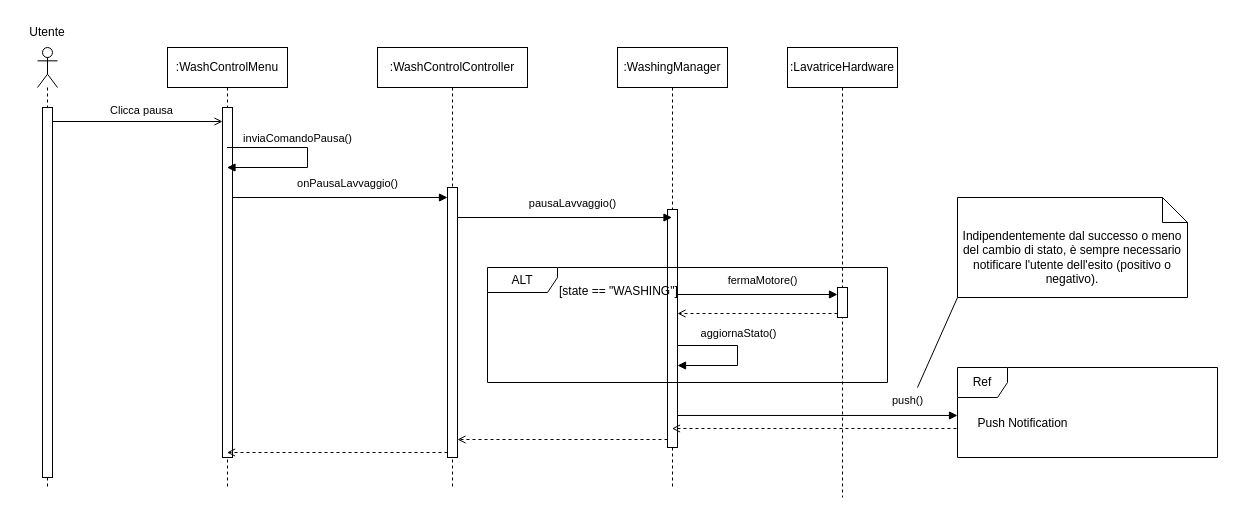
This is content/seq/seqPausaLav.drawio from uni-aca100/ing-proj, a draw.io file, before an edit. Source tidied: cells renumbered, new cells numbered last; positions are measured from the earlier drawing's top-left corner, leaving out a move shared by most shapes. Both pictures are drawn from the tidied source at 100%, with x=0, y=0 at pixel (17, 17).
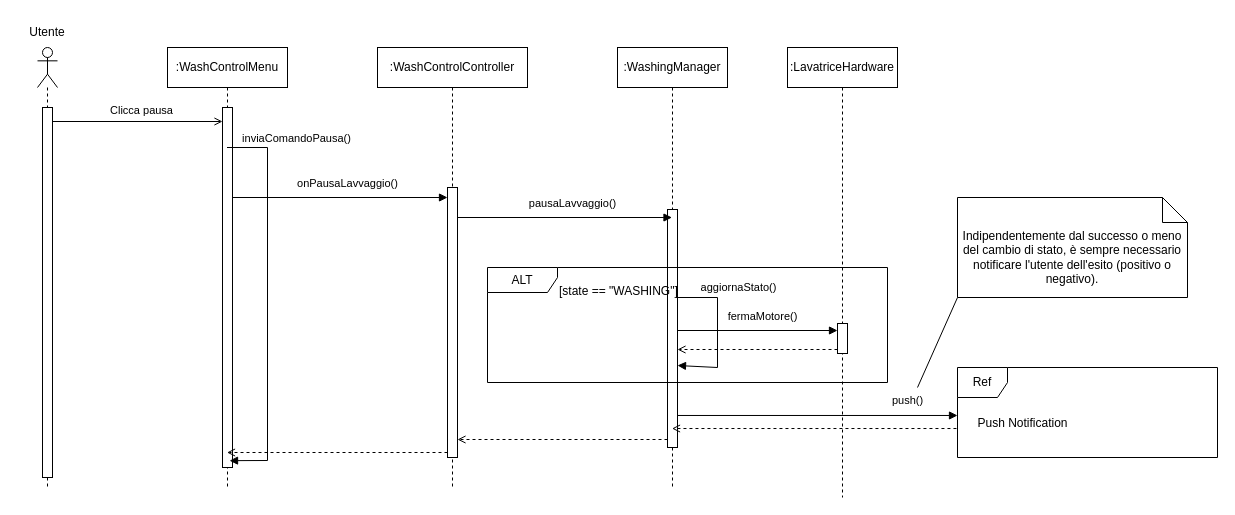
Above is the later version.

Unchanged cells that the change refers to:
```xml
<mxCell id="4" value=":WashingManager" style="shape=umlLifeline;perimeter=lifelinePerimeter;whiteSpace=wrap;html=1;outlineConnect=0;portConstraint=eastwest;newEdgeStyle={&quot;curved&quot;:0,&quot;rounded&quot;:0};" parent="1" vertex="1">
  <mxGeometry x="600" y="30" width="110" height="440" as="geometry" />
</mxCell>
<mxCell id="5" style="html=1;points=[[0,0,0,0,5],[0,1,0,0,-5],[1,0,0,0,5],[1,1,0,0,-5]];perimeter=orthogonalPerimeter;outlineConnect=0;targetShapes=umlLifeline;portConstraint=eastwest;newEdgeStyle={&quot;curved&quot;:0,&quot;rounded&quot;:0};" parent="4" vertex="1">
  <mxGeometry x="50" y="162" width="10" height="238" as="geometry" />
</mxCell>
<mxCell id="8" value=":WashControlMenu" style="shape=umlLifeline;perimeter=lifelinePerimeter;whiteSpace=wrap;html=1;outlineConnect=0;portConstraint=eastwest;newEdgeStyle={&quot;curved&quot;:0,&quot;rounded&quot;:0};" parent="1" vertex="1">
  <mxGeometry x="150" y="30" width="120" height="440" as="geometry" />
</mxCell>
<mxCell id="25" value=":LavatriceHardware" style="shape=umlLifeline;perimeter=lifelinePerimeter;whiteSpace=wrap;html=1;newEdgeStyle={&quot;curved&quot;:0,&quot;rounded&quot;:0};" parent="1" vertex="1">
  <mxGeometry x="770" y="30" width="110" height="450" as="geometry" />
</mxCell>
```

What changed in the source:
```diff
@@
-    <mxCell id="6" style="html=1;verticalAlign=bottom;labelBackgroundColor=none;endArrow=block;endFill=1;rounded=0;" parent="4" edge="1">
+    <mxCell id="6" style="html=1;verticalAlign=bottom;labelBackgroundColor=none;endArrow=block;endFill=1;rounded=0;" parent="4" edge="1" source="5">
       <mxGeometry relative="1" as="geometry">
-        <mxPoint x="60" y="298" as="sourcePoint" />
         <mxPoint x="60" y="318" as="targetPoint" />
         <Array as="points">
-          <mxPoint x="120" y="298" />
-          <mxPoint x="120" y="318" />
+          <mxPoint x="100" y="250" />
+          <mxPoint x="100" y="320" />
         </Array>
       </mxGeometry>
     </mxCell>
     <mxCell id="7" value="aggiornaStato()" style="edgeLabel;html=1;align=center;verticalAlign=middle;" parent="6" vertex="1">
       <mxGeometry x="0.11" relative="1" as="geometry">
-        <mxPoint y="-31" as="offset" />
+        <mxPoint x="20" y="-54" as="offset" />
       </mxGeometry>
     </mxCell>
@@
     <mxCell id="9" style="html=1;perimeter=orthogonalPerimeter;targetShapes=umlLifeline;newEdgeStyle={&quot;curved&quot;:0,&quot;rounded&quot;:0};" parent="8" vertex="1">
-      <mxGeometry x="55" y="60" width="10" height="350" as="geometry" />
+      <mxGeometry x="55" y="60" width="10" height="360" as="geometry" />
     </mxCell>
@@
-    <mxCell id="16" style="html=1;verticalAlign=bottom;labelBackgroundColor=none;endArrow=block;endFill=1;rounded=0;" parent="1" edge="1">
+    <mxCell id="16" style="html=1;verticalAlign=bottom;labelBackgroundColor=none;endArrow=block;endFill=1;rounded=0;entryX=0.517;entryY=0.939;entryDx=0;entryDy=0;entryPerimeter=0;" parent="1" edge="1" target="8">
       <mxGeometry relative="1" as="geometry">
         <mxPoint x="209.5" y="130" as="sourcePoint" />
-        <mxPoint x="209.5" y="150" as="targetPoint" />
         <Array as="points">
-          <mxPoint x="290" y="130" />
-          <mxPoint x="290" y="150" />
+          <mxPoint x="250" y="130" />
+          <mxPoint x="250" y="443" />
         </Array>
       </mxGeometry>
     </mxCell>
     <mxCell id="17" value="inviaComandoPausa()" style="edgeLabel;html=1;align=center;verticalAlign=middle;" parent="16" vertex="1">
       <mxGeometry x="-0.52" y="1" relative="1" as="geometry">
-        <mxPoint x="27" y="-9" as="offset" />
+        <mxPoint x="27" y="-63" as="offset" />
       </mxGeometry>
     </mxCell>
@@
     <mxCell id="26" style="html=1;perimeter=orthogonalPerimeter;targetShapes=umlLifeline;newEdgeStyle={&quot;curved&quot;:0,&quot;rounded&quot;:0};" parent="25" vertex="1">
-      <mxGeometry x="50" y="240" width="10" height="30" as="geometry" />
+      <mxGeometry x="50" y="276" width="10" height="30" as="geometry" />
     </mxCell>
     <mxCell id="27" style="html=1;verticalAlign=bottom;labelBackgroundColor=none;endArrow=block;endFill=1;rounded=0;" parent="1" edge="1">
       <mxGeometry relative="1" as="geometry">
-        <mxPoint x="660" y="277" as="sourcePoint" />
-        <mxPoint x="820" y="277" as="targetPoint" />
+        <mxPoint x="660" y="313" as="sourcePoint" />
+        <mxPoint x="820" y="313" as="targetPoint" />
       </mxGeometry>
     </mxCell>
@@
     <mxCell id="29" style="html=1;verticalAlign=bottom;labelBackgroundColor=none;endArrow=open;endFill=0;dashed=1;rounded=0;" parent="1" edge="1">
       <mxGeometry relative="1" as="geometry">
-        <mxPoint x="820" y="296" as="sourcePoint" />
-        <mxPoint x="660" y="296" as="targetPoint" />
+        <mxPoint x="820" y="332" as="sourcePoint" />
+        <mxPoint x="660" y="332" as="targetPoint" />
       </mxGeometry>
     </mxCell>
```
